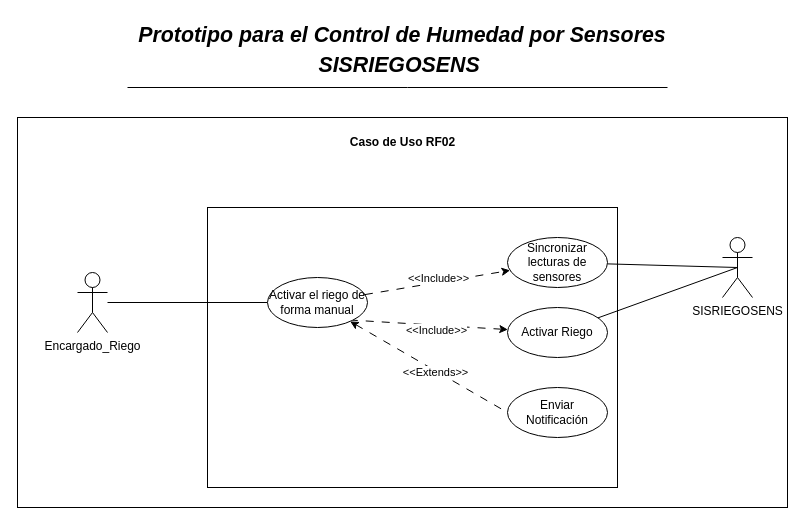
The draw.io diagram page "Riego_Manual" (4 of 7) of Casos_Uso.drawio in Gelo9033/Sistema_Riego, before the edit. Source tidied: cells renumbered, new cells numbered last; positions are measured from the earlier drawing's top-left corner, leaving out a move shared by most shapes. Both pictures are drawn from the tidied source at 100%, with x=0, y=0 at pixel (17, 17).
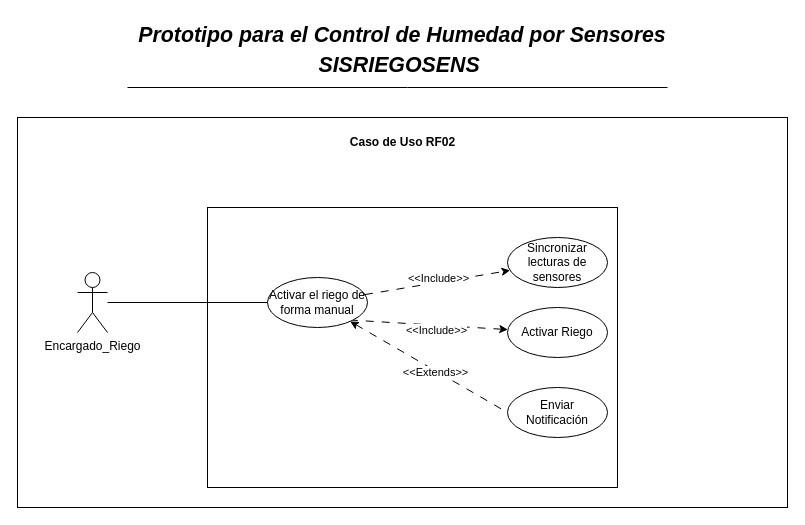
The same diagram, later.

Unchanged cells that the change refers to:
```xml
<mxCell id="17" value="Sincronizar lecturas de sensores" style="ellipse;whiteSpace=wrap;html=1;" parent="1" vertex="1">
  <mxGeometry x="490" y="220" width="100" height="50" as="geometry" />
</mxCell>
<mxCell id="20" value="Activar Riego" style="ellipse;whiteSpace=wrap;html=1;" parent="1" vertex="1">
  <mxGeometry x="490" y="290" width="100" height="50" as="geometry" />
</mxCell>
```

The edit, as a diff of the source:
```diff
@@
-    <mxCell id="10" value="SISRIEGOSENS" style="shape=umlActor;verticalLabelPosition=bottom;verticalAlign=top;html=1;outlineConnect=0;" parent="1" vertex="1">
-      <mxGeometry x="705" y="220" width="30" height="60" as="geometry" />
-    </mxCell>
@@
-    <mxCell id="16" style="rounded=0;jettySize=auto;html=1;endArrow=none;startFill=0;entryX=0.5;entryY=0.5;entryDx=0;entryDy=0;entryPerimeter=0;" parent="1" edge="1" source="17" target="10">
-      <mxGeometry relative="1" as="geometry" />
-    </mxCell>
@@
-    <mxCell id="21" style="rounded=0;jettySize=auto;html=1;entryX=0.5;entryY=0.5;entryDx=0;entryDy=0;entryPerimeter=0;endArrow=none;startFill=0;" parent="1" edge="1" source="20" target="10">
-      <mxGeometry relative="1" as="geometry" />
-    </mxCell>
```
